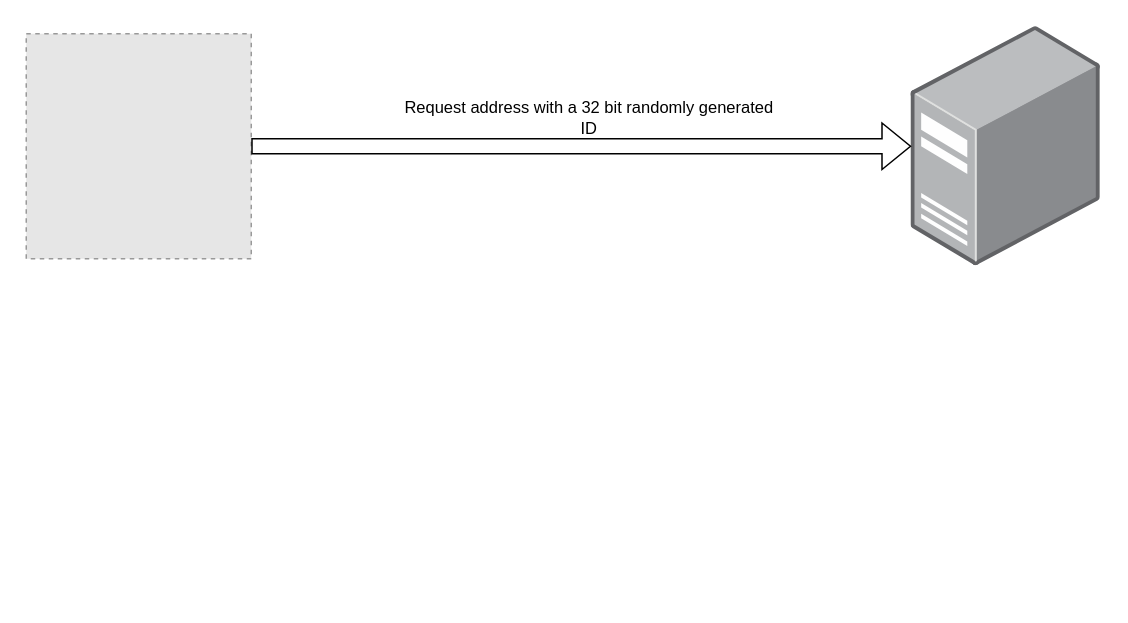
Gepsonka/TDK keeps this draw.io diagram as DHCP.drawio. Above is the earlier version. Source tidied: cells renumbered, new cells numbered last; positions are measured from the earlier drawing's top-left corner, leaving out a move shared by most shapes. Both pictures are drawn from the tidied source at 150%, with x=0, y=0 at pixel (26, 26). Pictures stored in the file or linked from it are replaced by grey dashed boxes.
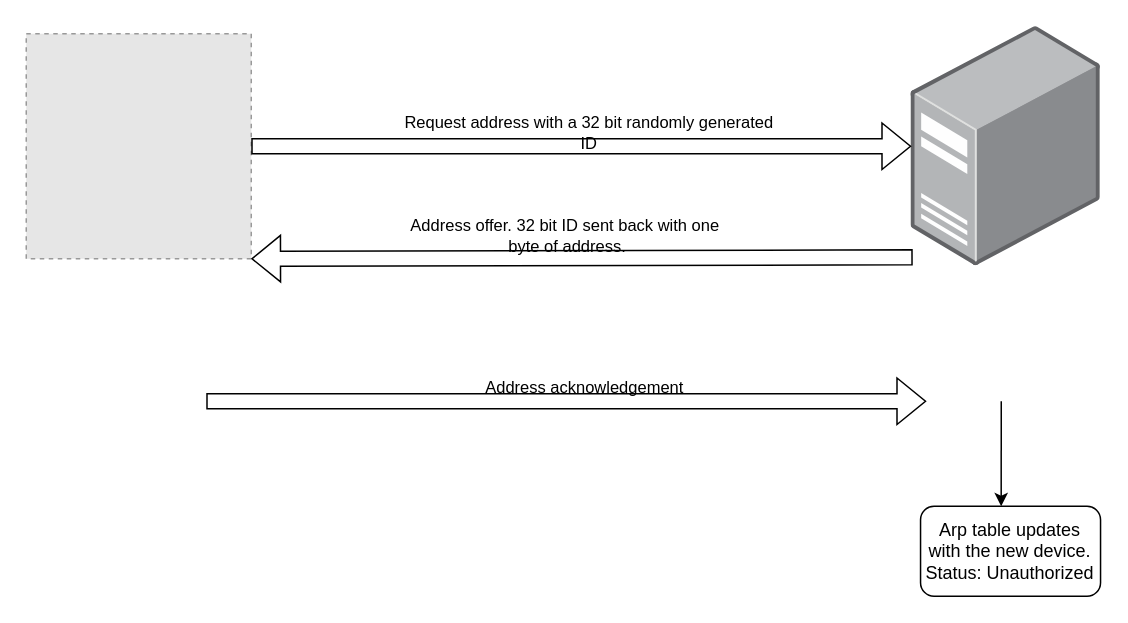
The same diagram, later.

What changed in the source:
```diff
@@
 <mxGraphModel>
   <root>
     <mxCell id="0" />
     <mxCell id="1" parent="0" />
     <mxCell id="2" style="image;points=[];html=1;align=center;shadow=0;dashed=0;image=img/lib/allied_telesis/computer_and_terminals/Server_Desktop.svg;" parent="1" vertex="1">
       <mxGeometry x="590" width="126.2" height="160" as="geometry" />
     </mxCell>
     <mxCell id="3" style="fillColor=#E6E6E6;strokeColor=#999999;dashed=1;verticalLabelPosition=bottom;labelBackgroundColor=default;verticalAlign=top;" parent="1" vertex="1">
       <mxGeometry y="5" width="150" height="150" as="geometry" />
     </mxCell>
     <mxCell id="4" style="shape=flexArrow;endArrow=classic;html=1;rounded=0;exitX=1;exitY=0.5;exitDx=0;exitDy=0;" parent="1" edge="1" source="3" target="2">
       <mxGeometry relative="1" as="geometry" />
     </mxCell>
-    <mxCell id="5" value="&lt;div&gt;Request address with a 32 bit randomly generated&lt;/div&gt;&lt;div&gt;ID&lt;br&gt;&lt;/div&gt;" style="edgeLabel;html=1;align=center;verticalAlign=middle;" parent="4" vertex="1">
+    <mxCell id="5" value="&lt;div&gt;Request address with a 32 bit randomly generated&lt;/div&gt;&lt;div&gt;ID&lt;br&gt;&lt;/div&gt;" style="edgeLabel;html=1;align=center;verticalAlign=middle;labelBackgroundColor=none;" parent="4" vertex="1">
       <mxGeometry x="0.02" y="-3" relative="1" as="geometry">
-        <mxPoint y="-23" as="offset" />
+        <mxPoint y="-13" as="offset" />
       </mxGeometry>
     </mxCell>
+    <mxCell id="6" value="&lt;div&gt;Address offer. 32 bit ID sent back with one&lt;/div&gt;&lt;div&gt;&amp;nbsp;byte of address.&lt;/div&gt;" style="shape=flexArrow;endArrow=classic;html=1;rounded=0;entryX=1;entryY=1;entryDx=0;entryDy=0;labelBackgroundColor=none;exitX=0.008;exitY=0.963;exitDx=0;exitDy=0;exitPerimeter=0;" parent="1" edge="1" source="2" target="3">
+      <mxGeometry x="0.05" y="-15" relative="1" as="geometry" />
+    </mxCell>
+    <mxCell id="7" style="shape=flexArrow;endArrow=classic;html=1;rounded=0;" parent="1" edge="1">
+      <mxGeometry relative="1" as="geometry">
+        <mxPoint x="120" y="250" as="sourcePoint" />
+        <mxPoint x="600" y="250" as="targetPoint" />
+      </mxGeometry>
+    </mxCell>
+    <mxCell id="8" value="Address acknowledgement" style="edgeLabel;html=1;align=center;verticalAlign=middle;labelBackgroundColor=none;" parent="7" vertex="1">
+      <mxGeometry x="0.14" y="-1" relative="1" as="geometry">
+        <mxPoint x="-23" y="-11" as="offset" />
+      </mxGeometry>
+    </mxCell>
+    <mxCell id="9" value="Arp table updates with the new device. Status: Unauthorized" style="rounded=1;whiteSpace=wrap;html=1;" parent="1" vertex="1">
+      <mxGeometry x="596.2" y="320" width="120" height="60" as="geometry" />
+    </mxCell>
+    <mxCell id="10" style="endArrow=classic;html=1;rounded=0;entryX=0.448;entryY=0;entryDx=0;entryDy=0;entryPerimeter=0;" parent="1" edge="1" target="9">
+      <mxGeometry relative="1" as="geometry">
+        <mxPoint x="650" y="250" as="sourcePoint" />
+      </mxGeometry>
+    </mxCell>
   </root>
 </mxGraphModel>
```
